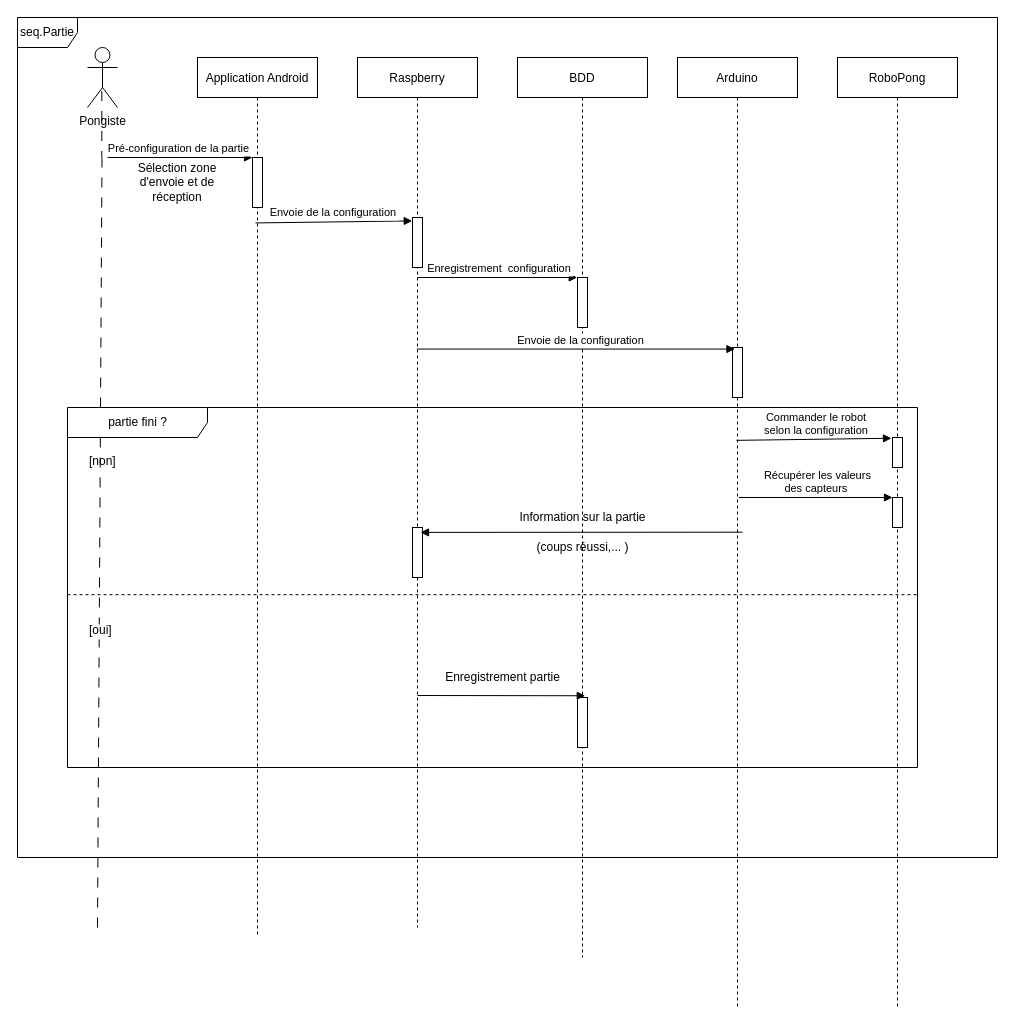
The draw.io diagram Diagramme/seq2.drawio in Hazim-AS/SensorPong, before the edit. Source tidied: cells renumbered, new cells numbered last; positions are measured from the earlier drawing's top-left corner, leaving out a move shared by most shapes. Both pictures are drawn from the tidied source at 100%, with x=0, y=0 at pixel (17, 17).
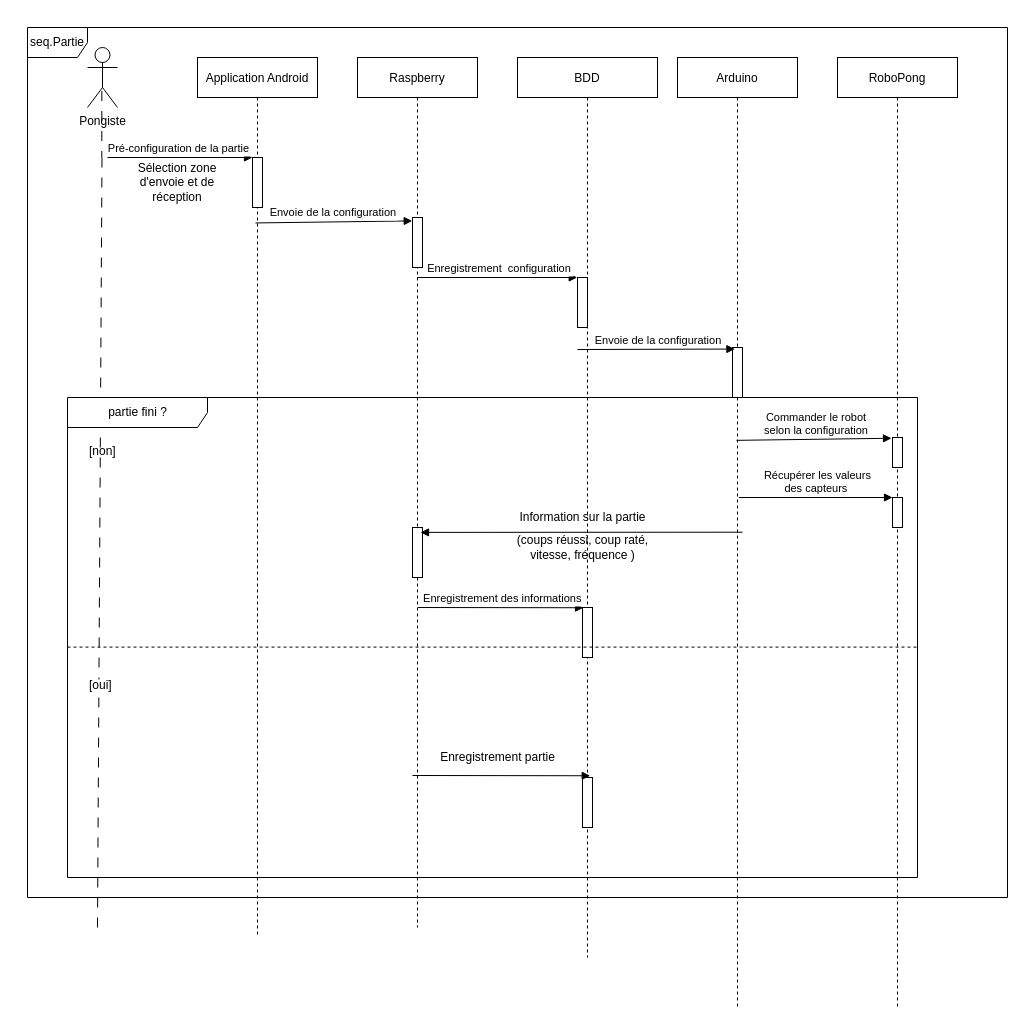
Above is the later version.

The change refers to these unchanged cells:
```xml
<mxCell id="4" value="Raspberry" style="shape=umlLifeline;perimeter=lifelinePerimeter;rounded=0;shadow=0;strokeWidth=1;" parent="1" vertex="1">
  <mxGeometry x="340" y="40" width="120" height="870" as="geometry" />
</mxCell>
<mxCell id="18" style="points=[];perimeter=orthogonalPerimeter;rounded=0;shadow=0;strokeWidth=1;" parent="17" vertex="1">
  <mxGeometry x="55" y="290" width="10" height="50" as="geometry" />
</mxCell>
```

What changed in the source:
```diff
@@
     <mxCell id="10" value="BDD" style="shape=umlLifeline;perimeter=lifelinePerimeter;rounded=0;shadow=0;strokeWidth=1;" parent="1" vertex="1">
-      <mxGeometry x="500" y="40" width="130" height="900" as="geometry" />
+      <mxGeometry x="500" y="40" width="140" height="900" as="geometry" />
     </mxCell>
@@
-    <mxCell id="13" value="(coups réussi,... )" style="text;html=1;align=center;verticalAlign=middle;strokeColor=none;fillColor=none;" parent="10" vertex="1">
-      <mxGeometry x="10" y="480" width="110" height="20" as="geometry" />
+    <mxCell id="13" value="(coups réussi, coup raté, &lt;br&gt;vitesse, fréquence )" style="text;html=1;align=center;verticalAlign=middle;strokeColor=none;fillColor=none;" parent="10" vertex="1">
+      <mxGeometry x="-10" y="475" width="150" height="30" as="geometry" />
     </mxCell>
     <mxCell id="14" value="Enregistrement partie" style="text;html=1;align=center;verticalAlign=middle;strokeColor=none;fillColor=none;" parent="10" vertex="1">
-      <mxGeometry x="-80" y="610" width="130" height="20" as="geometry" />
+      <mxGeometry x="-85" y="690" width="130" height="20" as="geometry" />
     </mxCell>
     <mxCell id="15" style="points=[];perimeter=orthogonalPerimeter;rounded=0;shadow=0;strokeWidth=1;" parent="10" vertex="1">
-      <mxGeometry x="60" y="640" width="10" height="50" as="geometry" />
+      <mxGeometry x="65" y="720" width="10" height="50" as="geometry" />
     </mxCell>
+    <mxCell id="34" style="points=[];perimeter=orthogonalPerimeter;rounded=0;shadow=0;strokeWidth=1;" parent="10" vertex="1">
+      <mxGeometry x="65" y="550" width="10" height="50" as="geometry" />
+    </mxCell>
+    <mxCell id="35" value="Enregistrement des informations" style="verticalAlign=bottom;endArrow=block;entryX=0.1;entryY=0.005;shadow=0;strokeWidth=1;entryDx=0;entryDy=0;entryPerimeter=0;" parent="10" edge="1" target="34">
+      <mxGeometry x="0.03" relative="1" as="geometry">
+        <mxPoint x="-99.7" y="550" as="sourcePoint" />
+      </mxGeometry>
+    </mxCell>
@@
     <mxCell id="26" value="seq.Partie" style="shape=umlFrame;whiteSpace=wrap;html=1;" parent="1" vertex="1">
-      <mxGeometry width="980" height="840" as="geometry" />
+      <mxGeometry x="10" y="10" width="980" height="870" as="geometry" />
     </mxCell>
-    <mxCell id="27" value="Envoie de la configuration" style="verticalAlign=bottom;endArrow=block;shadow=0;strokeWidth=1;entryX=0.241;entryY=0.031;entryDx=0;entryDy=0;entryPerimeter=0;" parent="1" edge="1" source="4" target="18">
-      <mxGeometry x="0.03" relative="1" as="geometry" />
+    <mxCell id="27" value="Envoie de la configuration" style="verticalAlign=bottom;endArrow=block;shadow=0;strokeWidth=1;entryX=0.241;entryY=0.031;entryDx=0;entryDy=0;entryPerimeter=0;" parent="1" edge="1" target="18">
+      <mxGeometry x="0.03" relative="1" as="geometry">
+        <mxPoint x="560" y="332" as="sourcePoint" />
+      </mxGeometry>
     </mxCell>
@@
     <mxCell id="29" value="partie fini ?" style="shape=umlFrame;tabWidth=110;tabHeight=30;tabPosition=left;html=1;boundedLbl=1;labelInHeader=1;width=140;height=30;" parent="1" vertex="1">
-      <mxGeometry x="50" y="390" width="850" height="360" as="geometry" />
+      <mxGeometry x="50" y="380" width="850" height="480" as="geometry" />
     </mxCell>
@@
     <mxCell id="31" value="[oui]" style="line;strokeWidth=1;dashed=1;labelPosition=center;verticalLabelPosition=bottom;align=left;verticalAlign=top;spacingLeft=20;spacingTop=15;" parent="29" vertex="1">
-      <mxGeometry y="180" width="850" height="14.4" as="geometry" />
+      <mxGeometry y="240" width="850" height="19.2" as="geometry" />
     </mxCell>
@@
     <mxCell id="33" style="verticalAlign=bottom;endArrow=block;shadow=0;strokeWidth=1;entryX=0.773;entryY=-0.035;entryDx=0;entryDy=0;entryPerimeter=0;" parent="1" edge="1" target="15">
       <mxGeometry x="0.03" relative="1" as="geometry">
-        <mxPoint x="400" y="678" as="sourcePoint" />
+        <mxPoint x="395" y="758" as="sourcePoint" />
       </mxGeometry>
     </mxCell>
```
